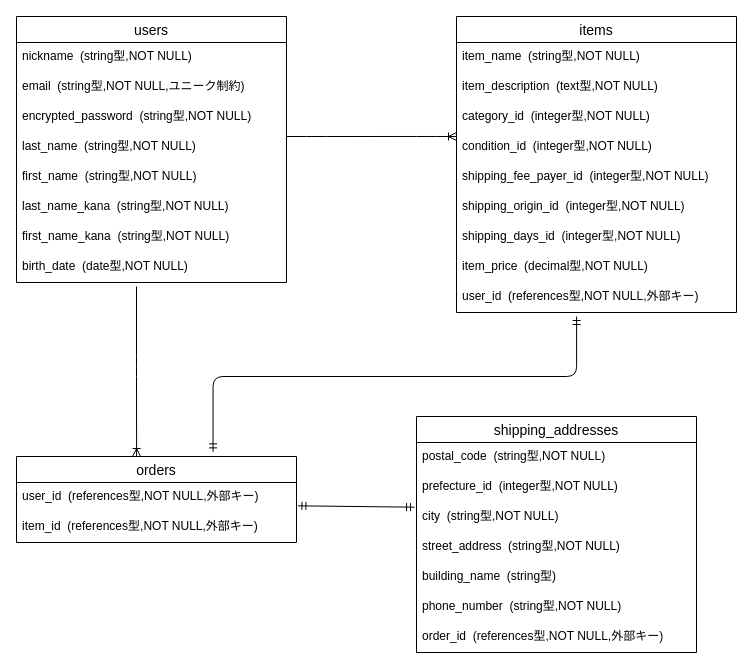
oasumi/furima-41531 keeps this draw.io diagram as furima.dio. Above is the earlier version. Source tidied: cells renumbered, new cells numbered last; positions are measured from the earlier drawing's top-left corner, leaving out a move shared by most shapes. Both pictures are drawn from the tidied source at 100%, with x=0, y=0 at pixel (16, 16).
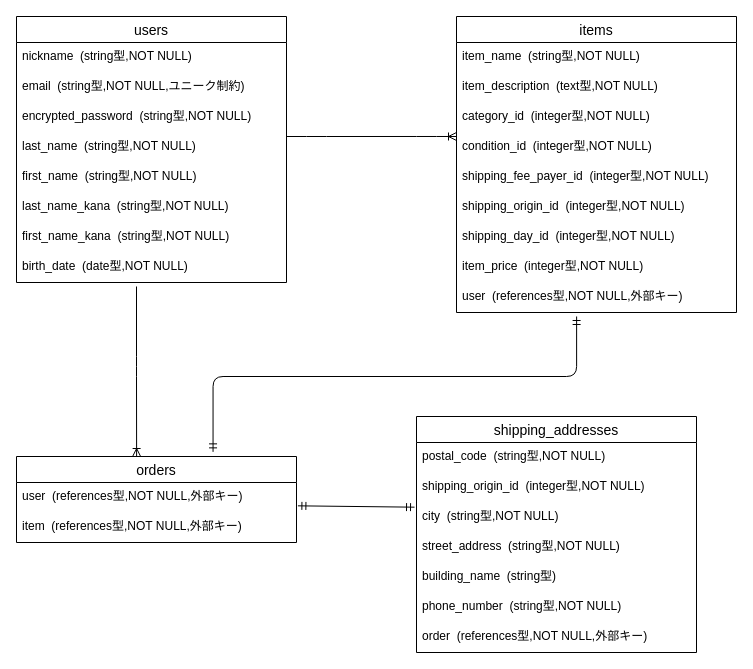
After the change.

Commit message (it also covers changes not shown here):
ER図とREADMEの修正

Unchanged cells that the change refers to:
```xml
<mxCell id="11" value="items" style="swimlane;fontStyle=0;horizontal=1;startSize=26;align=center;fontSize=14;" parent="1" vertex="1">
  <mxGeometry x="440" width="280" height="296" as="geometry" />
</mxCell>
<mxCell id="21" value="orders" style="swimlane;fontStyle=0;horizontal=1;startSize=26;align=center;fontSize=14;" parent="1" vertex="1">
  <mxGeometry y="440" width="280" height="86" as="geometry" />
</mxCell>
<mxCell id="24" value="shipping_addresses" style="swimlane;fontStyle=0;horizontal=1;startSize=26;align=center;fontSize=14;" parent="1" vertex="1">
  <mxGeometry x="400" y="400" width="280" height="236" as="geometry" />
</mxCell>
```

The edit, as a diff of the source:
```diff
@@
-    <mxCell id="18" value="shipping_days_id  (integer型,NOT NULL)" style="text;strokeColor=none;fillColor=none;spacingLeft=4;spacingRight=4;overflow=hidden;fontSize=12;" parent="11" vertex="1">
+    <mxCell id="18" value="shipping_day_id  (integer型,NOT NULL)" style="text;strokeColor=none;fillColor=none;spacingLeft=4;spacingRight=4;overflow=hidden;fontSize=12;" parent="11" vertex="1">
       <mxGeometry y="206" width="280" height="30" as="geometry" />
     </mxCell>
-    <mxCell id="19" value="item_price  (decimal型,NOT NULL)" style="text;strokeColor=none;fillColor=none;spacingLeft=4;spacingRight=4;overflow=hidden;fontSize=12;" parent="11" vertex="1">
+    <mxCell id="19" value="item_price  (integer型,NOT NULL)" style="text;strokeColor=none;fillColor=none;spacingLeft=4;spacingRight=4;overflow=hidden;fontSize=12;" parent="11" vertex="1">
       <mxGeometry y="236" width="280" height="30" as="geometry" />
     </mxCell>
-    <mxCell id="20" value="user_id  (references型,NOT NULL,外部キー)" style="text;strokeColor=none;fillColor=none;spacingLeft=4;spacingRight=4;overflow=hidden;points=[[0,0.5],[1,0.5]];portConstraint=eastwest;fontSize=12;" parent="11" vertex="1">
+    <mxCell id="20" value="user  (references型,NOT NULL,外部キー)" style="text;strokeColor=none;fillColor=none;spacingLeft=4;spacingRight=4;overflow=hidden;points=[[0,0.5],[1,0.5]];portConstraint=eastwest;fontSize=12;" parent="11" vertex="1">
       <mxGeometry y="266" width="280" height="30" as="geometry" />
     </mxCell>
@@
-    <mxCell id="22" value="user_id  (references型,NOT NULL,外部キー)" style="text;strokeColor=none;fillColor=none;spacingLeft=4;spacingRight=4;overflow=hidden;points=[[0,0.5],[1,0.5]];portConstraint=eastwest;fontSize=12;" parent="21" vertex="1">
+    <mxCell id="22" value="user  (references型,NOT NULL,外部キー)" style="text;strokeColor=none;fillColor=none;spacingLeft=4;spacingRight=4;overflow=hidden;points=[[0,0.5],[1,0.5]];portConstraint=eastwest;fontSize=12;" parent="21" vertex="1">
       <mxGeometry y="26" width="280" height="30" as="geometry" />
     </mxCell>
-    <mxCell id="23" value="item_id  (references型,NOT NULL,外部キー)" style="text;strokeColor=none;fillColor=none;spacingLeft=4;spacingRight=4;overflow=hidden;fontSize=12;" parent="21" vertex="1">
+    <mxCell id="23" value="item  (references型,NOT NULL,外部キー)" style="text;strokeColor=none;fillColor=none;spacingLeft=4;spacingRight=4;overflow=hidden;fontSize=12;" parent="21" vertex="1">
       <mxGeometry y="56" width="280" height="30" as="geometry" />
     </mxCell>
@@
-    <mxCell id="26" value="prefecture_id  (integer型,NOT NULL)" style="text;strokeColor=none;fillColor=none;spacingLeft=4;spacingRight=4;overflow=hidden;points=[[0,0.5],[1,0.5]];portConstraint=eastwest;fontSize=12;" parent="24" vertex="1">
+    <mxCell id="26" value="shipping_origin_id  (integer型,NOT NULL)" style="text;strokeColor=none;fillColor=none;spacingLeft=4;spacingRight=4;overflow=hidden;points=[[0,0.5],[1,0.5]];portConstraint=eastwest;fontSize=12;" parent="24" vertex="1">
       <mxGeometry y="56" width="280" height="30" as="geometry" />
     </mxCell>
@@
-    <mxCell id="31" value="order_id  (references型,NOT NULL,外部キー)" style="text;strokeColor=none;fillColor=none;spacingLeft=4;spacingRight=4;overflow=hidden;fontSize=12;" parent="24" vertex="1">
+    <mxCell id="31" value="order  (references型,NOT NULL,外部キー)" style="text;strokeColor=none;fillColor=none;spacingLeft=4;spacingRight=4;overflow=hidden;fontSize=12;" parent="24" vertex="1">
       <mxGeometry y="206" width="280" height="30" as="geometry" />
     </mxCell>
```
